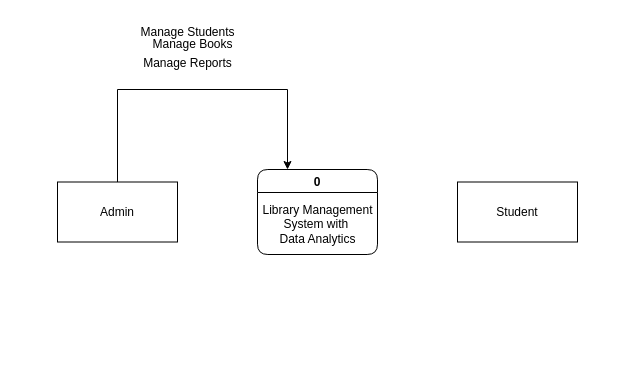
This is cd.drawio from Jayrou12345/Flowchart, a draw.io file, before an edit. Source tidied: cells renumbered, new cells numbered last; positions are measured from the earlier drawing's top-left corner, leaving out a move shared by most shapes. Both pictures are drawn from the tidied source at 100%, with x=0, y=0 at pixel (57, 17).
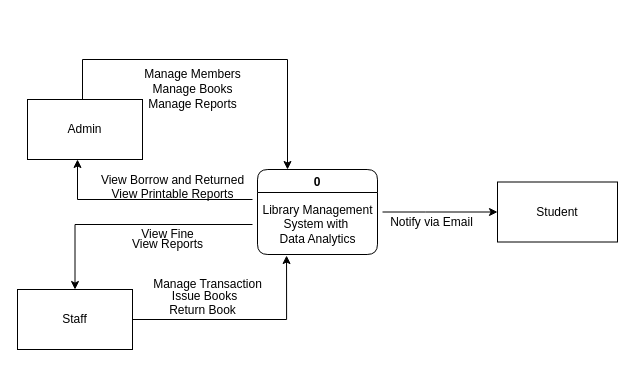
The same page after the edit.

Unchanged cells that the change refers to:
```xml
<mxCell id="2" value="0" style="swimlane;rounded=1;" parent="1" vertex="1">
  <mxGeometry x="200" y="152" width="120" height="85" as="geometry" />
</mxCell>
<mxCell id="3" value="Library Management &lt;br&gt;System with&amp;nbsp;&lt;br&gt;Data Analytics" style="text;html=1;align=center;verticalAlign=middle;points=[];strokeColor=none;fillColor=none;" parent="2" vertex="1">
  <mxGeometry x="-5" y="25" width="130" height="60" as="geometry" />
</mxCell>
```

What changed in the source:
```diff
@@
     <mxCell id="4" style="edgeStyle=orthogonalEdgeStyle;rounded=0;jettySize=auto;html=1;exitX=0.5;exitY=0;exitDx=0;exitDy=0;entryX=0.25;entryY=0;entryDx=0;entryDy=0;" parent="1" edge="1" source="5" target="2">
       <mxGeometry relative="1" as="geometry">
         <Array as="points">
-          <mxPoint x="60" y="72" />
-          <mxPoint x="230" y="72" />
+          <mxPoint x="28" y="112" />
+          <mxPoint x="25" y="112" />
+          <mxPoint x="25" y="42" />
+          <mxPoint x="230" y="42" />
         </Array>
       </mxGeometry>
     </mxCell>
     <mxCell id="5" value="Admin" style="rounded=0;whiteSpace=wrap;html=1;" parent="1" vertex="1">
-      <mxGeometry y="164.5" width="120" height="60" as="geometry" />
+      <mxGeometry x="-30" y="82" width="115" height="60" as="geometry" />
     </mxCell>
     <mxCell id="6" value="Student" style="rounded=0;whiteSpace=wrap;html=1;" parent="1" vertex="1">
-      <mxGeometry x="400" y="164.5" width="120" height="60" as="geometry" />
+      <mxGeometry x="440" y="164.5" width="120" height="60" as="geometry" />
     </mxCell>
-    <mxCell id="7" value="Manage Students" style="text;html=1;align=center;verticalAlign=middle;strokeColor=none;fillColor=none;" parent="1" vertex="1">
-      <mxGeometry x="70" width="120" height="30" as="geometry" />
+    <mxCell id="7" value="Manage Members" style="text;html=1;align=center;verticalAlign=middle;strokeColor=none;fillColor=none;" parent="1" vertex="1">
+      <mxGeometry x="75" y="42" width="120" height="30" as="geometry" />
     </mxCell>
     <mxCell id="8" value="Manage Books" style="text;html=1;align=center;verticalAlign=middle;strokeColor=none;fillColor=none;" parent="1" vertex="1">
-      <mxGeometry x="85" y="12" width="100" height="30" as="geometry" />
+      <mxGeometry x="85" y="57" width="100" height="30" as="geometry" />
     </mxCell>
     <mxCell id="9" value="Manage Reports" style="text;html=1;align=center;verticalAlign=middle;strokeColor=none;fillColor=none;" parent="1" vertex="1">
-      <mxGeometry x="75" y="31" width="110" height="30" as="geometry" />
+      <mxGeometry x="80" y="72" width="110" height="30" as="geometry" />
     </mxCell>
+    <mxCell id="10" value="Staff" style="rounded=0;whiteSpace=wrap;html=1;" parent="1" vertex="1">
+      <mxGeometry x="-40" y="272" width="115" height="60" as="geometry" />
+    </mxCell>
+    <mxCell id="11" style="edgeStyle=orthogonalEdgeStyle;rounded=0;jettySize=auto;html=1;exitX=1;exitY=0.5;exitDx=0;exitDy=0;entryX=0.262;entryY=1.017;entryDx=0;entryDy=0;entryPerimeter=0;" parent="1" edge="1" source="10" target="3">
+      <mxGeometry relative="1" as="geometry" />
+    </mxCell>
+    <mxCell id="12" value="Manage Transaction" style="text;html=1;align=center;verticalAlign=middle;strokeColor=none;fillColor=none;" parent="1" vertex="1">
+      <mxGeometry x="85" y="252" width="130" height="30" as="geometry" />
+    </mxCell>
+    <mxCell id="13" value="View Reports" style="text;html=1;align=center;verticalAlign=middle;strokeColor=none;fillColor=none;" parent="1" vertex="1">
+      <mxGeometry x="65" y="212" width="90" height="30" as="geometry" />
+    </mxCell>
+    <mxCell id="14" value="View Fine" style="text;html=1;align=center;verticalAlign=middle;strokeColor=none;fillColor=none;" parent="1" vertex="1">
+      <mxGeometry x="70" y="202" width="80" height="30" as="geometry" />
+    </mxCell>
+    <mxCell id="15" style="edgeStyle=orthogonalEdgeStyle;rounded=0;jettySize=auto;html=1;" parent="1" edge="1" source="3">
+      <mxGeometry relative="1" as="geometry">
+        <mxPoint x="20" y="142" as="targetPoint" />
+        <Array as="points">
+          <mxPoint x="20" y="182" />
+          <mxPoint x="20" y="142" />
+        </Array>
+      </mxGeometry>
+    </mxCell>
+    <mxCell id="16" value="View Borrow and Returned" style="text;html=1;align=center;verticalAlign=middle;strokeColor=none;fillColor=none;" parent="1" vertex="1">
+      <mxGeometry x="30" y="148" width="170" height="30" as="geometry" />
+    </mxCell>
+    <mxCell id="17" value="View Printable Reports" style="text;html=1;align=center;verticalAlign=middle;strokeColor=none;fillColor=none;" parent="1" vertex="1">
+      <mxGeometry x="40" y="162" width="150" height="30" as="geometry" />
+    </mxCell>
+    <mxCell id="18" style="edgeStyle=orthogonalEdgeStyle;rounded=0;jettySize=auto;html=1;entryX=0.5;entryY=0;entryDx=0;entryDy=0;" parent="1" edge="1" source="3" target="10">
+      <mxGeometry relative="1" as="geometry" />
+    </mxCell>
+    <mxCell id="19" value="Issue Books" style="text;html=1;align=center;verticalAlign=middle;strokeColor=none;fillColor=none;" parent="1" vertex="1">
+      <mxGeometry x="102" y="264" width="90" height="30" as="geometry" />
+    </mxCell>
+    <mxCell id="20" value="Return Book" style="text;html=1;align=center;verticalAlign=middle;strokeColor=none;fillColor=none;" parent="1" vertex="1">
+      <mxGeometry x="100" y="278" width="90" height="30" as="geometry" />
+    </mxCell>
+    <mxCell id="21" style="edgeStyle=orthogonalEdgeStyle;rounded=0;jettySize=auto;html=1;entryX=0;entryY=0.5;entryDx=0;entryDy=0;" parent="1" edge="1" source="3" target="6">
+      <mxGeometry relative="1" as="geometry">
+        <Array as="points">
+          <mxPoint x="368" y="195" />
+        </Array>
+      </mxGeometry>
+    </mxCell>
+    <mxCell id="22" value="Notify via Email" style="text;html=1;align=center;verticalAlign=middle;strokeColor=none;fillColor=none;" parent="1" vertex="1">
+      <mxGeometry x="319" y="190" width="110" height="30" as="geometry" />
+    </mxCell>
```
